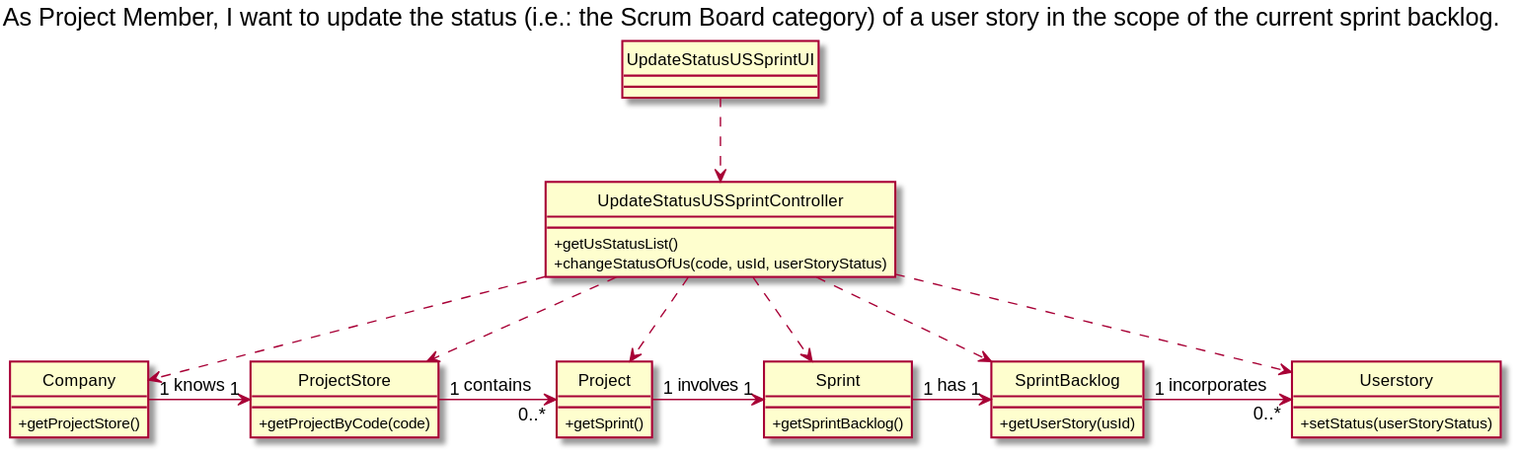
The PlantUML diagram docs/Sprint3/US034/US034-CD.svg in nunogon1211787/projectManagement, before a commit.
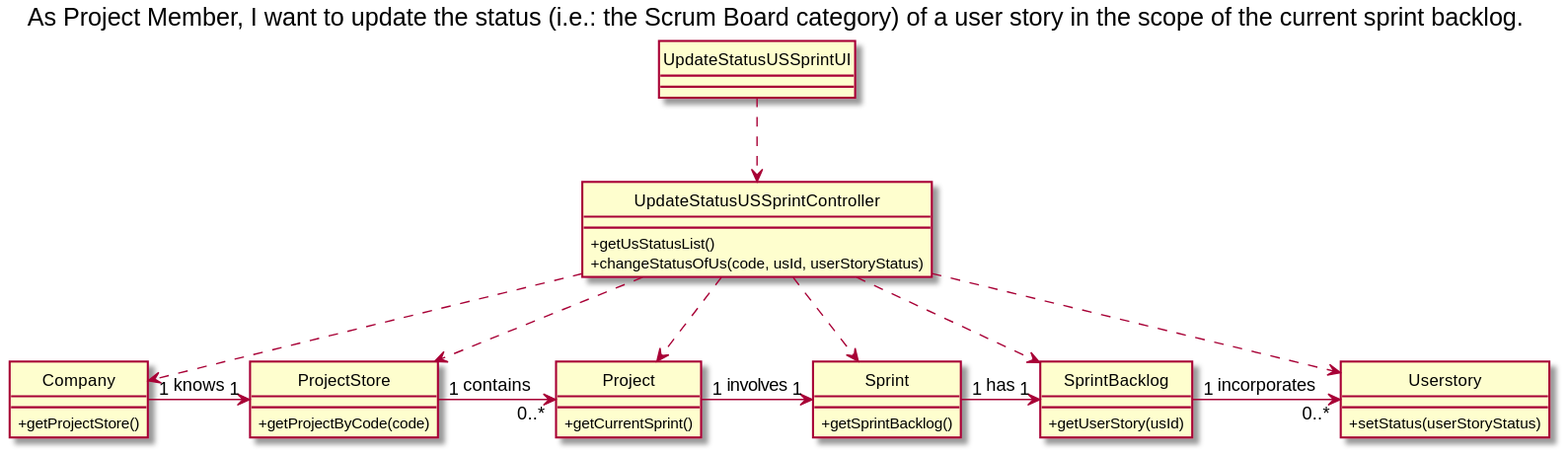
Later version of the same file.

Change to the diagram source:
```diff
@@ -22,7 +22,7 @@
 }
 
 class Project {
-    +getSprint()
+    +getCurrentSprint()
 }
 
 class Sprint {
```
